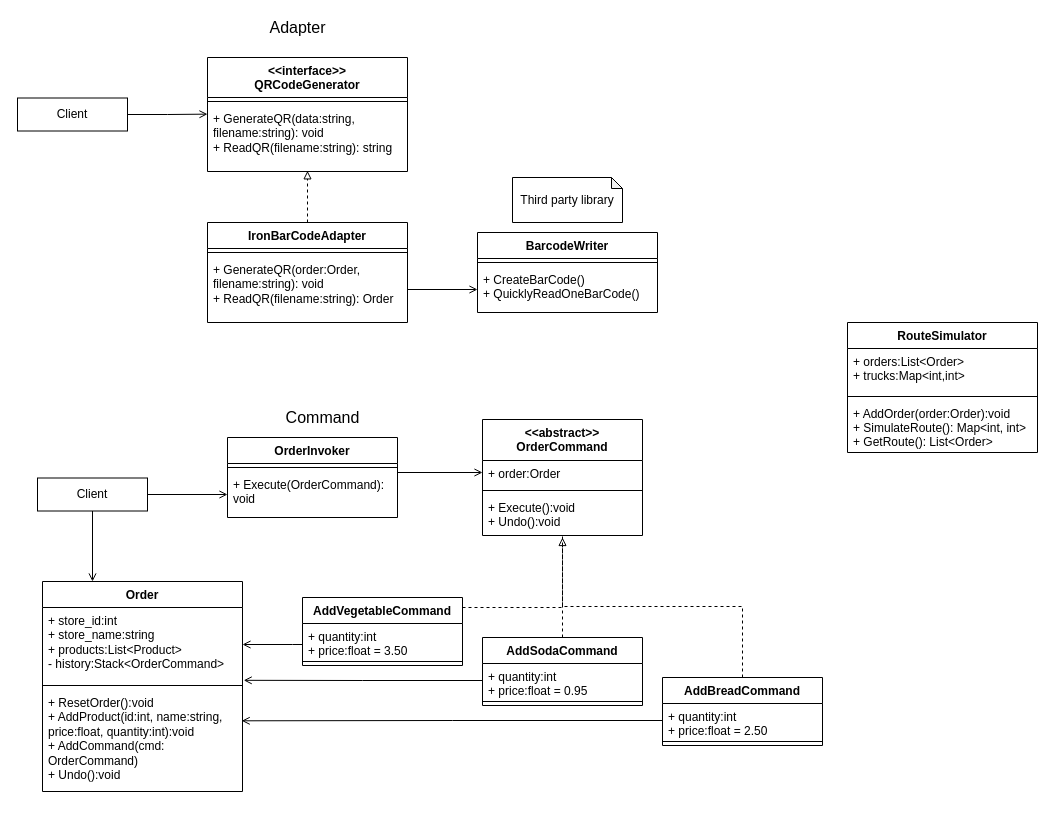
The draw.io diagram RutasTiendas/docs/UML.drawio in ArrobaRicardoGE/1222-patrones-arquitectura-software, before the edit. Source tidied: cells renumbered, new cells numbered last; positions are measured from the earlier drawing's top-left corner, leaving out a move shared by most shapes. Both pictures are drawn from the tidied source at 100%, with x=0, y=0 at pixel (17, 17).
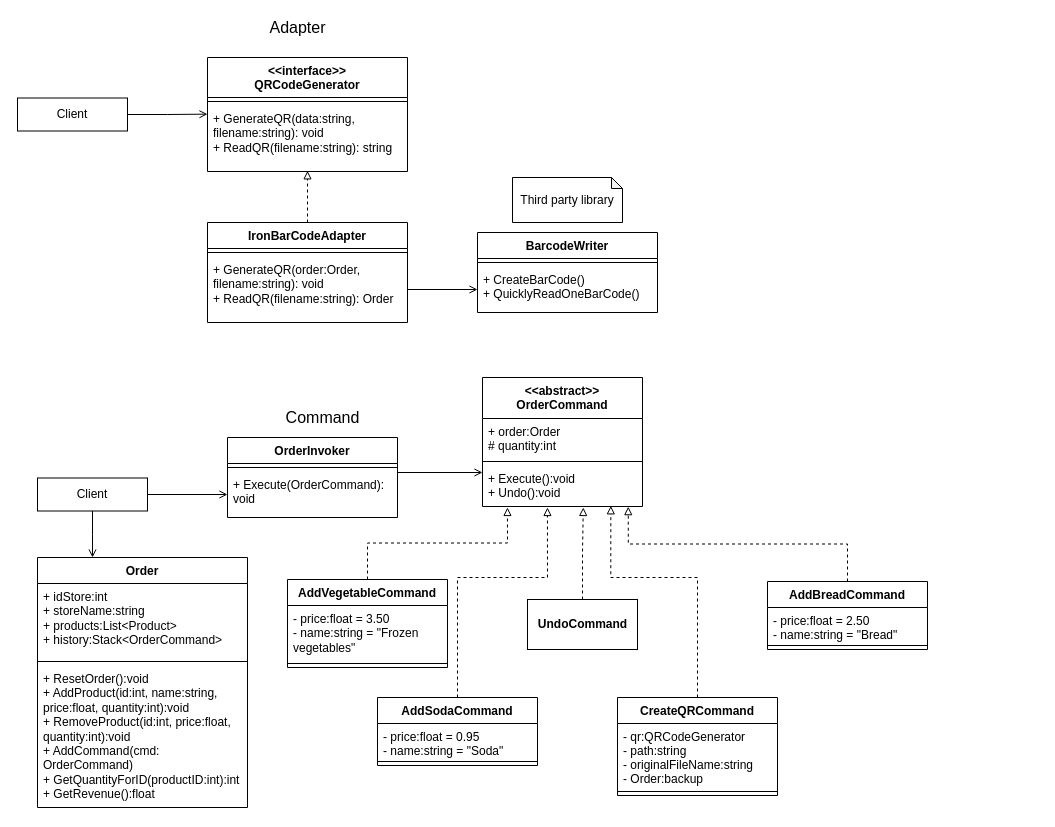
The same diagram, later.

Commit message (it also covers changes not shown here):
[RutasTiendas] Create undo command

Unchanged cells that the change refers to:
```xml
<mxCell id="43" value="Client" style="rounded=0;whiteSpace=wrap;html=1;" parent="1" vertex="1">
  <mxGeometry x="20" y="460.5" width="110" height="33" as="geometry" />
</mxCell>
```

Change to the diagram source:
```diff
@@
     <mxCell id="17" value="Order" style="swimlane;fontStyle=1;align=center;verticalAlign=top;horizontal=1;startSize=26;whiteSpace=wrap;" parent="1" vertex="1">
-      <mxGeometry x="25" y="564" width="200" height="210" as="geometry" />
+      <mxGeometry x="20" y="540" width="210" height="250" as="geometry" />
     </mxCell>
-    <mxCell id="18" value="+ store_id:int&#10;+ store_name:string&#10;+ products:List&lt;Product&gt;&#10;- history:Stack&lt;OrderCommand&gt;" style="text;strokeColor=none;fillColor=none;align=left;verticalAlign=top;spacingLeft=4;spacingRight=4;overflow=hidden;points=[[0,0.5],[1,0.5]];portConstraint=eastwest;whiteSpace=wrap;" parent="17" vertex="1">
-      <mxGeometry y="26" width="200" height="74" as="geometry" />
+    <mxCell id="18" value="+ idStore:int&#10;+ storeName:string&#10;+ products:List&lt;Product&gt;&#10;+ history:Stack&lt;OrderCommand&gt;" style="text;strokeColor=none;fillColor=none;align=left;verticalAlign=top;spacingLeft=4;spacingRight=4;overflow=hidden;points=[[0,0.5],[1,0.5]];portConstraint=eastwest;whiteSpace=wrap;" parent="17" vertex="1">
+      <mxGeometry y="26" width="210" height="74" as="geometry" />
     </mxCell>
     <mxCell id="19" style="line;strokeWidth=1;fillColor=none;align=left;verticalAlign=middle;spacingTop=-1;spacingLeft=3;spacingRight=3;labelPosition=right;" parent="17" vertex="1">
-      <mxGeometry y="100" width="200" height="8" as="geometry" />
+      <mxGeometry y="100" width="210" height="8" as="geometry" />
     </mxCell>
-    <mxCell id="20" value="+ ResetOrder():void&#10;+ AddProduct(id:int, name:string, price:float, quantity:int):void&#10;+ AddCommand(cmd: OrderCommand)&#10;+ Undo():void" style="text;strokeColor=none;fillColor=none;align=left;verticalAlign=top;spacingLeft=4;spacingRight=4;overflow=hidden;points=[[0,0.5],[1,0.5]];portConstraint=eastwest;whiteSpace=wrap;" parent="17" vertex="1">
-      <mxGeometry y="108" width="200" height="102" as="geometry" />
+    <mxCell id="20" value="+ ResetOrder():void&#10;+ AddProduct(id:int, name:string, price:float, quantity:int):void&#10;+ RemoveProduct(id:int, price:float, quantity:int):void&#10;+ AddCommand(cmd: OrderCommand)&#10;+ GetQuantityForID(productID:int):int&#10;+ GetRevenue():float" style="text;strokeColor=none;fillColor=none;align=left;verticalAlign=top;spacingLeft=4;spacingRight=4;overflow=hidden;points=[[0,0.5],[1,0.5]];portConstraint=eastwest;whiteSpace=wrap;" parent="17" vertex="1">
+      <mxGeometry y="108" width="210" height="142" as="geometry" />
     </mxCell>
@@
-    <mxCell id="24" style="edgeStyle=orthogonalEdgeStyle;rounded=0;jettySize=auto;html=1;endArrow=none;endFill=0;dashed=1;" parent="1" edge="1" source="25">
-      <mxGeometry relative="1" as="geometry">
-        <mxPoint x="545" y="530" as="targetPoint" />
-        <Array as="points">
-          <mxPoint x="545" y="590" />
-        </Array>
-      </mxGeometry>
-    </mxCell>
+    <mxCell id="52" style="edgeStyle=orthogonalEdgeStyle;rounded=0;jettySize=auto;html=1;entryX=0.156;entryY=1.024;entryDx=0;entryDy=0;entryPerimeter=0;dashed=1;endArrow=block;endFill=0;" parent="1" edge="1" source="25" target="39">
+      <mxGeometry relative="1" as="geometry" />
+    </mxCell>
     <mxCell id="25" value="AddVegetableCommand" style="swimlane;fontStyle=1;align=center;verticalAlign=top;horizontal=1;startSize=26;" parent="1" vertex="1">
-      <mxGeometry x="285" y="580" width="160" height="68" as="geometry" />
+      <mxGeometry x="270" y="562" width="160" height="88" as="geometry" />
     </mxCell>
-    <mxCell id="26" value="+ quantity:int&#10;+ price:float = 3.50" style="text;strokeColor=none;fillColor=none;align=left;verticalAlign=top;spacingLeft=4;spacingRight=4;overflow=hidden;points=[[0,0.5],[1,0.5]];portConstraint=eastwest;" parent="25" vertex="1">
-      <mxGeometry y="26" width="160" height="34" as="geometry" />
+    <mxCell id="26" value="- price:float = 3.50&#10;- name:string = &quot;Frozen vegetables&quot;" style="text;strokeColor=none;fillColor=none;align=left;verticalAlign=top;spacingLeft=4;spacingRight=4;overflow=hidden;points=[[0,0.5],[1,0.5]];portConstraint=eastwest;whiteSpace=wrap;" parent="25" vertex="1">
+      <mxGeometry y="26" width="160" height="54" as="geometry" />
     </mxCell>
     <mxCell id="27" style="line;strokeWidth=1;fillColor=none;align=left;verticalAlign=middle;spacingTop=-1;spacingLeft=3;spacingRight=3;labelPosition=right;" parent="25" vertex="1">
-      <mxGeometry y="60" width="160" height="8" as="geometry" />
+      <mxGeometry y="80" width="160" height="8" as="geometry" />
     </mxCell>
-    <mxCell id="28" style="edgeStyle=orthogonalEdgeStyle;rounded=0;jettySize=auto;html=1;dashed=1;endArrow=block;endFill=0;" parent="1" edge="1" source="29">
-      <mxGeometry relative="1" as="geometry">
-        <mxPoint x="545" y="520" as="targetPoint" />
-      </mxGeometry>
-    </mxCell>
+    <mxCell id="53" style="edgeStyle=orthogonalEdgeStyle;rounded=0;jettySize=auto;html=1;entryX=0.406;entryY=1.024;entryDx=0;entryDy=0;entryPerimeter=0;dashed=1;endArrow=block;endFill=0;" parent="1" edge="1" source="29" target="39">
+      <mxGeometry relative="1" as="geometry">
+        <Array as="points">
+          <mxPoint x="440" y="560" />
+          <mxPoint x="530" y="560" />
+        </Array>
+      </mxGeometry>
+    </mxCell>
     <mxCell id="29" value="AddSodaCommand" style="swimlane;fontStyle=1;align=center;verticalAlign=top;horizontal=1;startSize=26;" parent="1" vertex="1">
-      <mxGeometry x="465" y="620" width="160" height="68" as="geometry" />
+      <mxGeometry x="360" y="680" width="160" height="68" as="geometry" />
     </mxCell>
-    <mxCell id="30" value="+ quantity:int&#10;+ price:float = 0.95" style="text;strokeColor=none;fillColor=none;align=left;verticalAlign=top;spacingLeft=4;spacingRight=4;overflow=hidden;points=[[0,0.5],[1,0.5]];portConstraint=eastwest;" parent="29" vertex="1">
+    <mxCell id="30" value="- price:float = 0.95&#10;- name:string = &quot;Soda&quot;" style="text;strokeColor=none;fillColor=none;align=left;verticalAlign=top;spacingLeft=4;spacingRight=4;overflow=hidden;points=[[0,0.5],[1,0.5]];portConstraint=eastwest;" parent="29" vertex="1">
       <mxGeometry y="26" width="160" height="34" as="geometry" />
     </mxCell>
@@
-    <mxCell id="32" style="edgeStyle=orthogonalEdgeStyle;rounded=0;jettySize=auto;html=1;entryX=0.5;entryY=1.017;entryDx=0;entryDy=0;entryPerimeter=0;dashed=1;endArrow=none;endFill=0;" parent="1" edge="1" source="33" target="39">
+    <mxCell id="32" style="edgeStyle=orthogonalEdgeStyle;rounded=0;jettySize=auto;html=1;entryX=0.911;entryY=1.004;entryDx=0;entryDy=0;entryPerimeter=0;dashed=1;endArrow=block;endFill=0;" parent="1" edge="1" source="33" target="39">
       <mxGeometry relative="1" as="geometry" />
     </mxCell>
     <mxCell id="33" value="AddBreadCommand" style="swimlane;fontStyle=1;align=center;verticalAlign=top;horizontal=1;startSize=26;" parent="1" vertex="1">
-      <mxGeometry x="645" y="660" width="160" height="68" as="geometry" />
+      <mxGeometry x="750" y="564" width="160" height="68" as="geometry" />
     </mxCell>
-    <mxCell id="34" value="+ quantity:int&#10;+ price:float = 2.50" style="text;strokeColor=none;fillColor=none;align=left;verticalAlign=top;spacingLeft=4;spacingRight=4;overflow=hidden;points=[[0,0.5],[1,0.5]];portConstraint=eastwest;" parent="33" vertex="1">
+    <mxCell id="34" value="- price:float = 2.50&#10;- name:string = &quot;Bread&quot;" style="text;strokeColor=none;fillColor=none;align=left;verticalAlign=top;spacingLeft=4;spacingRight=4;overflow=hidden;points=[[0,0.5],[1,0.5]];portConstraint=eastwest;" parent="33" vertex="1">
       <mxGeometry y="26" width="160" height="34" as="geometry" />
     </mxCell>
@@
     <mxCell id="36" value="&lt;&lt;abstract&gt;&gt;&#10;OrderCommand" style="swimlane;fontStyle=1;align=center;verticalAlign=top;horizontal=1;startSize=41;" parent="1" vertex="1">
-      <mxGeometry x="465" y="402" width="160" height="116" as="geometry" />
+      <mxGeometry x="465" y="360" width="160" height="129" as="geometry" />
     </mxCell>
-    <mxCell id="37" value="+ order:Order" style="text;strokeColor=none;fillColor=none;align=left;verticalAlign=top;spacingLeft=4;spacingRight=4;overflow=hidden;" parent="36" vertex="1">
-      <mxGeometry y="41" width="160" height="26" as="geometry" />
+    <mxCell id="37" value="+ order:Order&#10;# quantity:int&#10;" style="text;strokeColor=none;fillColor=none;align=left;verticalAlign=top;spacingLeft=4;spacingRight=4;overflow=hidden;" parent="36" vertex="1">
+      <mxGeometry y="41" width="160" height="39" as="geometry" />
     </mxCell>
     <mxCell id="38" style="line;strokeWidth=1;fillColor=none;align=left;verticalAlign=middle;spacingTop=-1;spacingLeft=3;spacingRight=3;labelPosition=right;" parent="36" vertex="1">
-      <mxGeometry y="67" width="160" height="8" as="geometry" />
+      <mxGeometry y="80" width="160" height="8" as="geometry" />
     </mxCell>
     <mxCell id="39" value="+ Execute():void&#10;+ Undo():void" style="text;strokeColor=none;fillColor=none;align=left;verticalAlign=top;spacingLeft=4;spacingRight=4;overflow=hidden;points=[[0,0.5],[1,0.5]];portConstraint=eastwest;" parent="36" vertex="1">
-      <mxGeometry y="75" width="160" height="41" as="geometry" />
+      <mxGeometry y="88" width="160" height="41" as="geometry" />
     </mxCell>
-    <mxCell id="40" style="edgeStyle=orthogonalEdgeStyle;rounded=0;jettySize=auto;html=1;endArrow=open;endFill=0;" parent="1" edge="1" source="26" target="18">
-      <mxGeometry relative="1" as="geometry">
-        <Array as="points">
-          <mxPoint x="275" y="627" />
-          <mxPoint x="275" y="627" />
-        </Array>
-      </mxGeometry>
-    </mxCell>
-    <mxCell id="41" style="edgeStyle=orthogonalEdgeStyle;rounded=0;jettySize=auto;html=1;entryX=0.25;entryY=0;entryDx=0;entryDy=0;endArrow=open;endFill=0;" parent="1" edge="1" source="43" target="17">
-      <mxGeometry relative="1" as="geometry" />
+    <mxCell id="41" style="edgeStyle=orthogonalEdgeStyle;rounded=0;jettySize=auto;html=1;endArrow=open;endFill=0;" parent="1" edge="1" source="43">
+      <mxGeometry relative="1" as="geometry">
+        <mxPoint x="75" y="540" as="targetPoint" />
+      </mxGeometry>
     </mxCell>
@@
-    <mxCell id="46" style="edgeStyle=orthogonalEdgeStyle;rounded=0;jettySize=auto;html=1;entryX=1.006;entryY=0.984;entryDx=0;entryDy=0;entryPerimeter=0;fontSize=16;endArrow=open;endFill=0;" parent="1" edge="1" source="30" target="18">
-      <mxGeometry relative="1" as="geometry" />
-    </mxCell>
-    <mxCell id="47" style="edgeStyle=orthogonalEdgeStyle;rounded=0;jettySize=auto;html=1;entryX=0.996;entryY=0.307;entryDx=0;entryDy=0;entryPerimeter=0;fontSize=16;endArrow=open;endFill=0;" parent="1" edge="1" source="34" target="20">
-      <mxGeometry relative="1" as="geometry" />
-    </mxCell>
-    <mxCell id="48" value="RouteSimulator" style="swimlane;fontStyle=1;align=center;verticalAlign=top;horizontal=1;startSize=26;fontSize=12;" parent="1" vertex="1">
-      <mxGeometry x="830" y="305" width="190" height="130" as="geometry" />
-    </mxCell>
-    <mxCell id="49" value="+ orders:List&lt;Order&gt;&#10;+ trucks:Map&lt;int,int&gt;" style="text;strokeColor=none;fillColor=none;align=left;verticalAlign=top;spacingLeft=4;spacingRight=4;overflow=hidden;fontSize=12;" parent="48" vertex="1">
-      <mxGeometry y="26" width="190" height="44" as="geometry" />
-    </mxCell>
-    <mxCell id="50" style="line;strokeWidth=1;fillColor=none;align=left;verticalAlign=middle;spacingTop=-1;spacingLeft=3;spacingRight=3;labelPosition=right;fontSize=16;" parent="48" vertex="1">
-      <mxGeometry y="70" width="190" height="8" as="geometry" />
-    </mxCell>
-    <mxCell id="51" value="+ AddOrder(order:Order):void&#10;+ SimulateRoute(): Map&lt;int, int&gt; &#10;+ GetRoute(): List&lt;Order&gt;" style="text;strokeColor=none;fillColor=none;align=left;verticalAlign=top;spacingLeft=4;spacingRight=4;overflow=hidden;fontSize=12;" parent="48" vertex="1">
-      <mxGeometry y="78" width="190" height="52" as="geometry" />
-    </mxCell>
+    <mxCell id="54" style="edgeStyle=orthogonalEdgeStyle;rounded=0;jettySize=auto;html=1;entryX=0.802;entryY=0.984;entryDx=0;entryDy=0;entryPerimeter=0;dashed=1;endArrow=block;endFill=0;" parent="1" edge="1" source="55" target="39">
+      <mxGeometry relative="1" as="geometry">
+        <Array as="points">
+          <mxPoint x="680" y="560" />
+          <mxPoint x="593" y="560" />
+        </Array>
+      </mxGeometry>
+    </mxCell>
+    <mxCell id="55" value="CreateQRCommand" style="swimlane;fontStyle=1;align=center;verticalAlign=top;horizontal=1;startSize=26;" parent="1" vertex="1">
+      <mxGeometry x="600" y="680" width="160" height="98" as="geometry" />
+    </mxCell>
+    <mxCell id="56" value="- qr:QRCodeGenerator&#10;- path:string&#10;- originalFileName:string&#10;- Order:backup" style="text;strokeColor=none;fillColor=none;align=left;verticalAlign=top;spacingLeft=4;spacingRight=4;overflow=hidden;" parent="55" vertex="1">
+      <mxGeometry y="26" width="160" height="64" as="geometry" />
+    </mxCell>
+    <mxCell id="57" style="line;strokeWidth=1;fillColor=none;align=left;verticalAlign=middle;spacingTop=-1;spacingLeft=3;spacingRight=3;labelPosition=right;" parent="55" vertex="1">
+      <mxGeometry y="90" width="160" height="8" as="geometry" />
+    </mxCell>
+    <mxCell id="58" style="edgeStyle=orthogonalEdgeStyle;rounded=0;jettySize=auto;html=1;entryX=0.63;entryY=1.024;entryDx=0;entryDy=0;entryPerimeter=0;dashed=1;endArrow=block;endFill=0;" parent="1" edge="1" source="59" target="39">
+      <mxGeometry relative="1" as="geometry" />
+    </mxCell>
+    <mxCell id="59" value="&lt;b&gt;UndoCommand&lt;/b&gt;" style="html=1;" parent="1" vertex="1">
+      <mxGeometry x="510" y="582" width="110" height="50" as="geometry" />
+    </mxCell>
```
